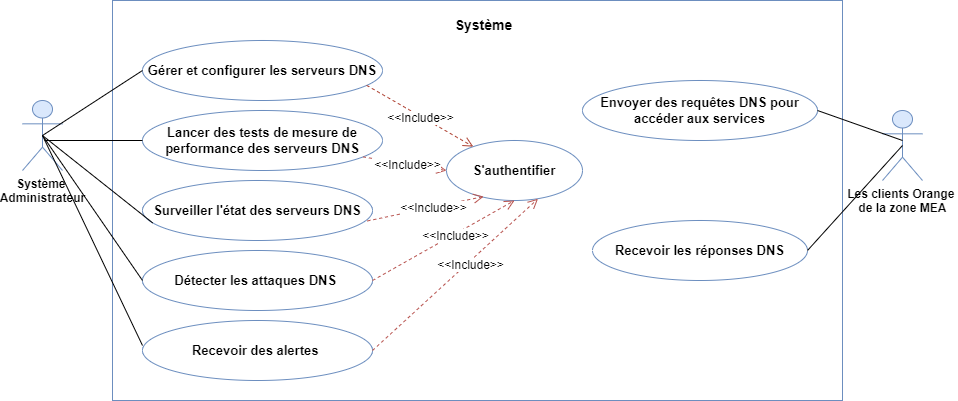
The draw.io diagram GlobalUseCase.drawio.png in eya-harbaoui/Diagramms, before a commit. Source tidied: cells renumbered, new cells last; positions are measured from the earlier drawing's top-left corner, leaving out a move shared by most shapes.
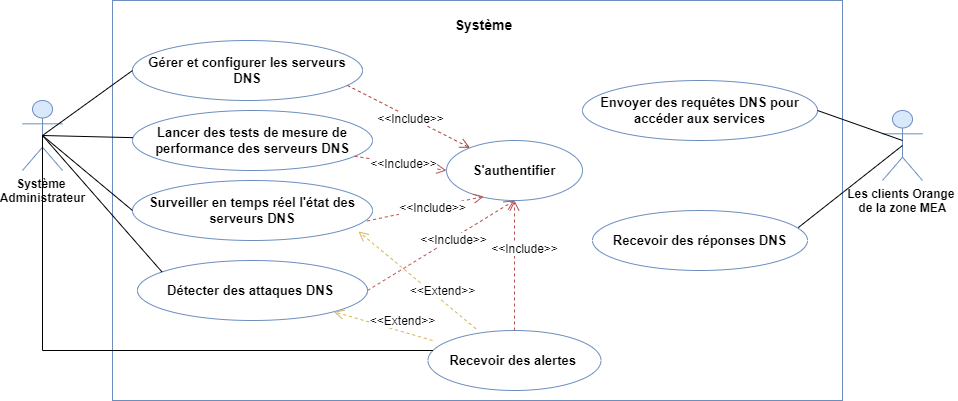
The same diagram one commit later.

What changed in the source:
```diff
@@ -9,22 +9,22 @@
       <mxGeometry x="90" width="730" height="400" as="geometry" />
     </mxCell>
     <mxCell id="4" value="&lt;b&gt;&lt;font style=&quot;font-size: 13px;&quot;&gt;Gérer et configurer les serveurs DNS&lt;/font&gt;&lt;/b&gt;" style="ellipse;whiteSpace=wrap;html=1;fillColor=#FFFFFF;strokeColor=#6c8ebf;" parent="1" vertex="1">
-      <mxGeometry x="120" y="40" width="240" height="60" as="geometry" />
+      <mxGeometry x="110" y="40" width="230" height="60" as="geometry" />
     </mxCell>
     <mxCell id="5" value="&lt;b&gt;&lt;font style=&quot;font-size: 14px;&quot;&gt;Système&lt;/font&gt;&lt;/b&gt;" style="text;strokeColor=none;align=center;fillColor=none;html=1;verticalAlign=middle;whiteSpace=wrap;rounded=0;" parent="1" vertex="1">
       <mxGeometry x="424" y="10" width="75" height="30" as="geometry" />
     </mxCell>
     <mxCell id="6" value="&lt;b&gt;&lt;font style=&quot;font-size: 13px;&quot;&gt;Lancer des tests de mesure de performance des serveurs DNS&lt;/font&gt;&lt;/b&gt;" style="ellipse;whiteSpace=wrap;html=1;fillColor=#ffffff;strokeColor=#6C8EBF;" parent="1" vertex="1">
-      <mxGeometry x="120" y="110" width="240" height="60" as="geometry" />
+      <mxGeometry x="110" y="110" width="240" height="60" as="geometry" />
     </mxCell>
-    <mxCell id="7" value="&lt;b&gt;&lt;font style=&quot;font-size: 13px;&quot;&gt;Surveiller l'état des serveurs DNS&lt;/font&gt;&lt;/b&gt;" style="ellipse;whiteSpace=wrap;html=1;strokeColor=#6C8EBF;" parent="1" vertex="1">
-      <mxGeometry x="120" y="180" width="230" height="60" as="geometry" />
+    <mxCell id="7" value="&lt;b&gt;&lt;font style=&quot;font-size: 13px;&quot;&gt;Surveiller en temps réel l'état des serveurs DNS&lt;/font&gt;&lt;/b&gt;" style="ellipse;whiteSpace=wrap;html=1;strokeColor=#6C8EBF;" parent="1" vertex="1">
+      <mxGeometry x="110" y="180" width="240" height="60" as="geometry" />
     </mxCell>
-    <mxCell id="8" value="&lt;b&gt;&lt;font style=&quot;font-size: 13px;&quot;&gt;Détecter les attaques DNS&amp;nbsp;&lt;/font&gt;&lt;/b&gt;" style="ellipse;whiteSpace=wrap;html=1;strokeColor=#6C8EBF;" parent="1" vertex="1">
-      <mxGeometry x="120" y="250" width="230" height="60" as="geometry" />
+    <mxCell id="8" value="&lt;b&gt;&lt;font style=&quot;font-size: 13px;&quot;&gt;Détecter des attaques DNS&amp;nbsp;&lt;/font&gt;&lt;/b&gt;" style="ellipse;whiteSpace=wrap;html=1;strokeColor=#6C8EBF;" parent="1" vertex="1">
+      <mxGeometry x="115" y="260" width="230" height="60" as="geometry" />
     </mxCell>
     <mxCell id="9" value="&lt;b&gt;&lt;font style=&quot;font-size: 13px;&quot;&gt;Recevoir des alertes&amp;nbsp;&lt;/font&gt;&lt;/b&gt;" style="ellipse;whiteSpace=wrap;html=1;strokeColor=#6C8EBF;" parent="1" vertex="1">
-      <mxGeometry x="120" y="320" width="230" height="60" as="geometry" />
+      <mxGeometry x="405.5" y="330" width="173" height="60" as="geometry" />
     </mxCell>
     <mxCell id="10" value="&lt;b&gt;&lt;font style=&quot;font-size: 13px;&quot;&gt;S'authentifier&lt;/font&gt;&lt;/b&gt;" style="ellipse;whiteSpace=wrap;html=1;strokeColor=#6C8EBF;" parent="1" vertex="1">
       <mxGeometry x="424" y="140" width="136" height="60" as="geometry" />
@@ -32,8 +32,8 @@
     <mxCell id="11" value="&lt;b&gt;&lt;font style=&quot;font-size: 13px;&quot;&gt;Envoyer des requêtes DNS pour accéder aux services&lt;/font&gt;&lt;/b&gt;" style="ellipse;whiteSpace=wrap;html=1;strokeColor=#6C8EBF;" parent="1" vertex="1">
       <mxGeometry x="560" y="80" width="235" height="60" as="geometry" />
     </mxCell>
-    <mxCell id="12" value="&lt;b&gt;&lt;font style=&quot;font-size: 13px;&quot;&gt;Recevoir les réponses DNS&lt;/font&gt;&lt;/b&gt;" style="ellipse;whiteSpace=wrap;html=1;strokeColor=#6C8EBF;" parent="1" vertex="1">
-      <mxGeometry x="570" y="220" width="215" height="60" as="geometry" />
+    <mxCell id="12" value="&lt;b&gt;&lt;font style=&quot;font-size: 13px;&quot;&gt;Recevoir des réponses DNS&lt;/font&gt;&lt;/b&gt;" style="ellipse;whiteSpace=wrap;html=1;strokeColor=#6C8EBF;" parent="1" vertex="1">
+      <mxGeometry x="570" y="210" width="215" height="60" as="geometry" />
     </mxCell>
     <mxCell id="13" value="Système&amp;nbsp;&lt;div&gt;Administrateur&lt;/div&gt;" style="shape=umlActor;verticalLabelPosition=bottom;verticalAlign=top;html=1;outlineConnect=0;fontStyle=1;fillColor=#dae8fc;strokeColor=#6c8ebf;" parent="1" vertex="1">
       <mxGeometry y="100" width="40" height="70" as="geometry" />
@@ -50,26 +50,26 @@
     <mxCell id="17" value="&lt;font style=&quot;font-size: 12px;&quot;&gt;&amp;lt;&amp;lt;Include&amp;gt;&amp;gt;&lt;/font&gt;" style="html=1;verticalAlign=bottom;endArrow=open;dashed=1;endSize=8;curved=0;rounded=0;exitX=1;exitY=0.5;exitDx=0;exitDy=0;entryX=0.5;entryY=1;entryDx=0;entryDy=0;fillColor=#f8cecc;strokeColor=#b85450;" parent="1" edge="1" source="8" target="10">
       <mxGeometry x="0.1" y="-10" relative="1" as="geometry" />
     </mxCell>
-    <mxCell id="18" value="&lt;font style=&quot;font-size: 12px;&quot;&gt;&amp;lt;&amp;lt;Include&amp;gt;&amp;gt;&lt;/font&gt;" style="html=1;verticalAlign=bottom;endArrow=open;dashed=1;endSize=8;curved=0;rounded=0;exitX=1;exitY=0.5;exitDx=0;exitDy=0;entryX=0.673;entryY=0.971;entryDx=0;entryDy=0;entryPerimeter=0;fillColor=#f8cecc;strokeColor=#b85450;" parent="1" edge="1" source="9" target="10">
+    <mxCell id="18" value="&lt;font style=&quot;font-size: 12px;&quot;&gt;&amp;lt;&amp;lt;Include&amp;gt;&amp;gt;&lt;/font&gt;" style="html=1;verticalAlign=bottom;endArrow=open;dashed=1;endSize=8;curved=0;rounded=0;entryX=0.5;entryY=1;entryDx=0;entryDy=0;fillColor=#f8cecc;strokeColor=#b85450;" parent="1" edge="1" source="9" target="10">
       <mxGeometry x="0.1" y="-10" relative="1" as="geometry" />
     </mxCell>
     <mxCell id="19" style="endArrow=none;html=1;rounded=0;entryX=0;entryY=0.5;entryDx=0;entryDy=0;exitX=0.5;exitY=0.5;exitDx=0;exitDy=0;exitPerimeter=0;fillColor=#fad9d5;strokeColor=#000000;" parent="1" edge="1" source="13" target="4">
       <mxGeometry relative="1" as="geometry" />
     </mxCell>
-    <mxCell id="20" style="endArrow=none;html=1;rounded=0;fillColor=#fad9d5;strokeColor=#000000;" parent="1" edge="1" target="6">
-      <mxGeometry relative="1" as="geometry">
-        <mxPoint x="22" y="140" as="sourcePoint" />
-      </mxGeometry>
+    <mxCell id="20" style="endArrow=none;html=1;rounded=0;fillColor=#fad9d5;strokeColor=#000000;exitX=0.5;exitY=0.5;exitDx=0;exitDy=0;exitPerimeter=0;" parent="1" edge="1" source="13" target="6">
+      <mxGeometry relative="1" as="geometry" />
     </mxCell>
-    <mxCell id="21" style="endArrow=none;html=1;rounded=0;entryX=0.044;entryY=0.706;entryDx=0;entryDy=0;entryPerimeter=0;exitX=0.5;exitY=0.5;exitDx=0;exitDy=0;exitPerimeter=0;fillColor=#fad9d5;strokeColor=#000000;" parent="1" edge="1" source="13" target="7">
+    <mxCell id="21" style="endArrow=none;html=1;rounded=0;entryX=0;entryY=0.5;entryDx=0;entryDy=0;exitX=0.5;exitY=0.5;exitDx=0;exitDy=0;exitPerimeter=0;fillColor=#fad9d5;strokeColor=#000000;" parent="1" edge="1" source="13" target="7">
       <mxGeometry relative="1" as="geometry" />
     </mxCell>
-    <mxCell id="22" style="endArrow=none;html=1;rounded=0;entryX=0;entryY=0.5;entryDx=0;entryDy=0;exitX=0.5;exitY=0.5;exitDx=0;exitDy=0;exitPerimeter=0;fillColor=#fad9d5;strokeColor=#000000;" parent="1" edge="1" source="13" target="8">
+    <mxCell id="22" style="endArrow=none;html=1;rounded=0;exitX=0.5;exitY=0.5;exitDx=0;exitDy=0;exitPerimeter=0;fillColor=#fad9d5;strokeColor=#000000;entryX=0.107;entryY=0.193;entryDx=0;entryDy=0;entryPerimeter=0;" parent="1" edge="1" source="13" target="8">
       <mxGeometry relative="1" as="geometry" />
     </mxCell>
-    <mxCell id="23" style="endArrow=none;html=1;rounded=0;entryX=0;entryY=0.5;entryDx=0;entryDy=0;exitX=0.5;exitY=0.5;exitDx=0;exitDy=0;exitPerimeter=0;fillColor=#fad9d5;strokeColor=#000000;" parent="1" edge="1" source="13">
+    <mxCell id="23" style="endArrow=none;html=1;rounded=0;exitX=0.5;exitY=0.5;exitDx=0;exitDy=0;exitPerimeter=0;fillColor=#fad9d5;strokeColor=#000000;edgeStyle=elbowEdgeStyle;elbow=vertical;" parent="1" edge="1" source="13" target="9">
       <mxGeometry relative="1" as="geometry">
-        <mxPoint x="120" y="345" as="targetPoint" />
+        <Array as="points">
+          <mxPoint x="20" y="350" />
+        </Array>
       </mxGeometry>
     </mxCell>
     <mxCell id="24" style="endArrow=none;html=1;rounded=0;exitX=1;exitY=0.5;exitDx=0;exitDy=0;fillColor=#fad9d5;strokeColor=#000000;" parent="1" edge="1" source="11">
@@ -77,8 +77,18 @@
         <mxPoint x="880" y="140" as="targetPoint" />
       </mxGeometry>
     </mxCell>
-    <mxCell id="25" style="endArrow=none;html=1;rounded=0;exitX=1;exitY=0.5;exitDx=0;exitDy=0;entryX=0.5;entryY=0.5;entryDx=0;entryDy=0;entryPerimeter=0;fillColor=#fad9d5;strokeColor=#000000;" parent="1" edge="1" source="12" target="2">
+    <mxCell id="25" style="endArrow=none;html=1;rounded=0;entryX=0.5;entryY=0.5;entryDx=0;entryDy=0;entryPerimeter=0;fillColor=#fad9d5;strokeColor=#000000;exitX=0.957;exitY=0.285;exitDx=0;exitDy=0;exitPerimeter=0;" parent="1" edge="1" source="12" target="2">
       <mxGeometry relative="1" as="geometry" />
     </mxCell>
+    <mxCell id="26" value="&lt;font style=&quot;font-size: 12px;&quot;&gt;&amp;lt;&amp;lt;Extend&amp;gt;&amp;gt;&lt;/font&gt;" style="html=1;verticalAlign=bottom;endArrow=open;dashed=1;endSize=8;curved=0;rounded=0;entryX=1;entryY=1;entryDx=0;entryDy=0;fillColor=#fff2cc;strokeColor=#d6b656;gradientColor=#ffd966;" parent="1" edge="1" target="8">
+      <mxGeometry x="-0.39" y="-1" relative="1" as="geometry">
+        <mxPoint x="410" y="340" as="sourcePoint" />
+      </mxGeometry>
+    </mxCell>
+    <mxCell id="27" value="&lt;font style=&quot;font-size: 12px;&quot;&gt;&amp;lt;&amp;lt;Extend&amp;gt;&amp;gt;&lt;/font&gt;" style="html=1;verticalAlign=bottom;endArrow=open;dashed=1;endSize=8;curved=0;rounded=0;entryX=1;entryY=1;entryDx=0;entryDy=0;fillColor=#fff2cc;strokeColor=#d6b656;gradientColor=#ffd966;exitX=0.277;exitY=-0.029;exitDx=0;exitDy=0;exitPerimeter=0;" parent="1" edge="1" source="9">
+      <mxGeometry x="-0.43" relative="1" as="geometry">
+        <mxPoint x="336" y="231" as="targetPoint" />
+      </mxGeometry>
+    </mxCell>
   </root>
 </mxGraphModel>
```
